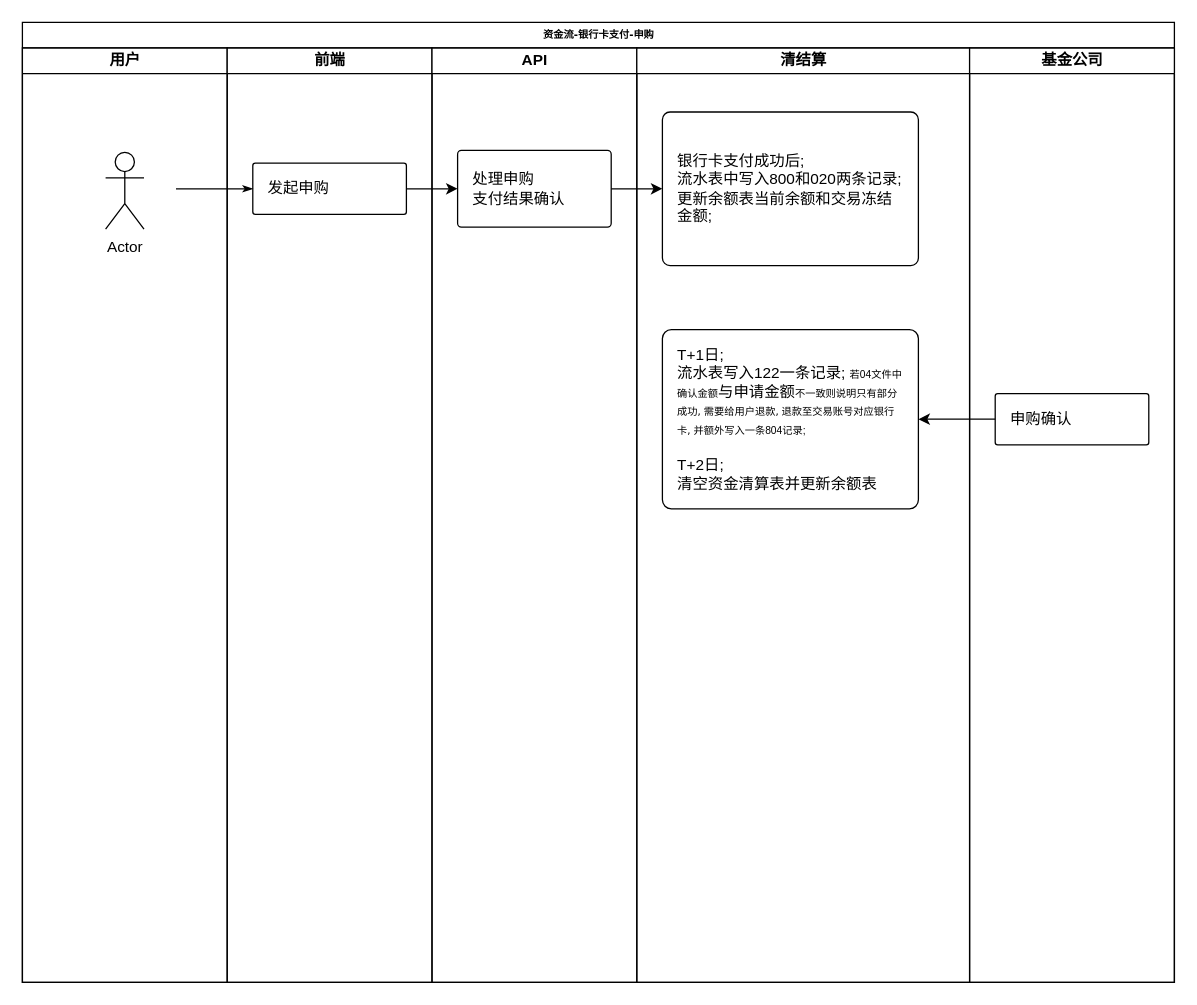
This is page "申购-银行卡支付" (3 of 7) of 2.drawio from xieyx/flow, a draw.io file, before an edit. Source tidied: cells renumbered, new cells numbered last; positions are measured from the earlier drawing's top-left corner, leaving out a move shared by most shapes. Both pictures are drawn from the tidied source at 128%, with x=0, y=0 at pixel (22, 22).
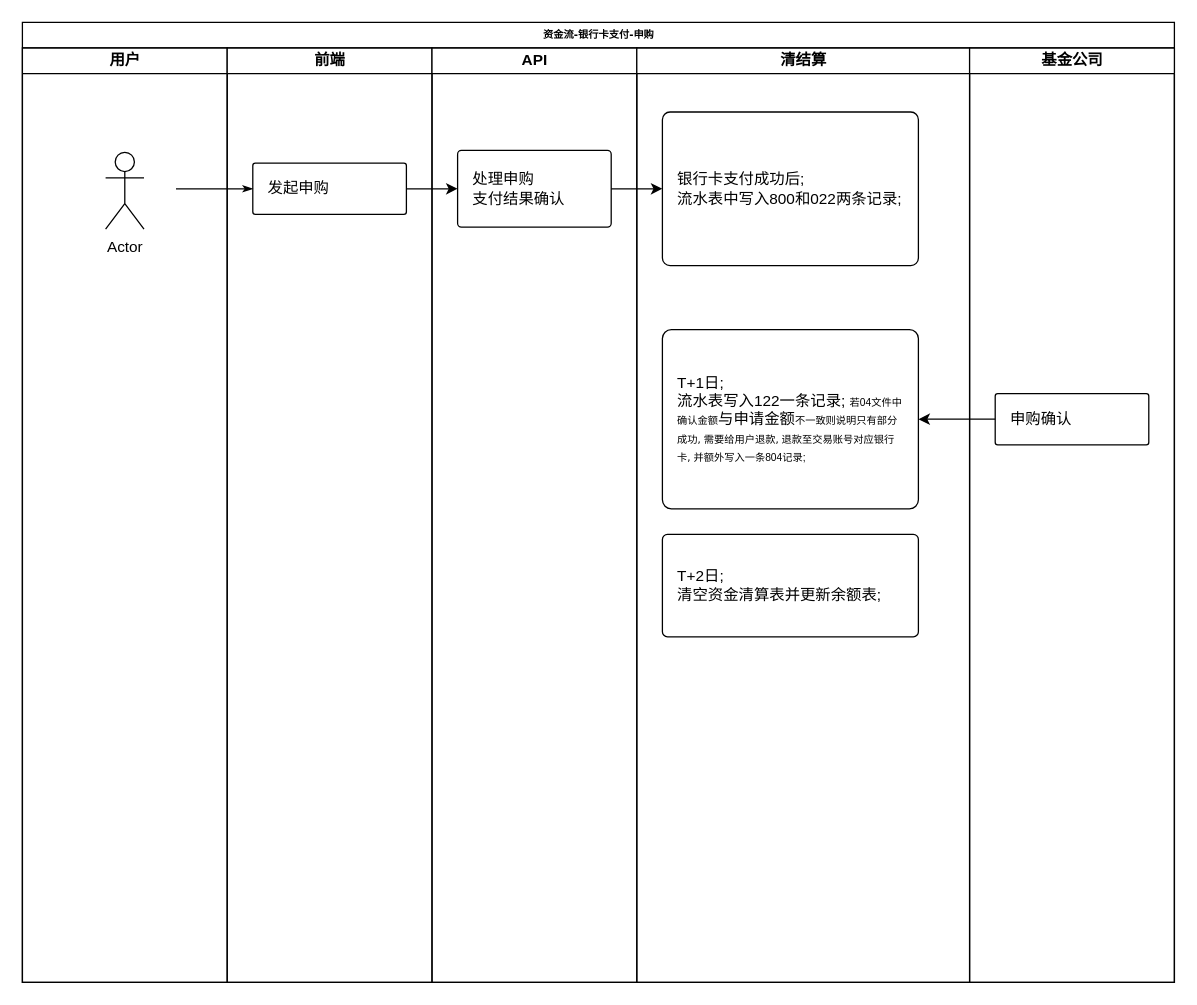
The same diagram, later.

The change refers to these unchanged cells:
```xml
<mxCell id="12" value="清结算" style="swimlane;html=1;startSize=20;" parent="2" vertex="1">
  <mxGeometry x="480" y="20" width="260" height="730" as="geometry" />
</mxCell>
```

The edit, as a diff of the source:
```diff
@@
-    <mxCell id="13" value="银行卡支付成功后;&lt;br&gt;流水表中写入800和020两条记录;&lt;br&gt;更新余额表当前余额和交易冻结金额;" style="rounded=1;whiteSpace=wrap;html=1;align=left;spacingLeft=2;spacingRight=2;spacing=10;arcSize=5;" parent="12" vertex="1">
+    <mxCell id="13" value="银行卡支付成功后;&lt;br&gt;流水表中写入800和022两条记录;" style="rounded=1;whiteSpace=wrap;html=1;align=left;spacingLeft=2;spacingRight=2;spacing=10;arcSize=5;" parent="12" vertex="1">
       <mxGeometry x="20" y="50" width="200" height="120" as="geometry" />
     </mxCell>
-    <mxCell id="14" value="T+1日;&lt;br&gt;流水表写入122一条记录;&amp;nbsp;&lt;span style=&quot;font-size: 8px&quot;&gt;若04文件中确认金额&lt;/span&gt;与申请金额&lt;span style=&quot;font-size: 8px&quot;&gt;不一致则说明只有部分成功&lt;/span&gt;&lt;span style=&quot;font-size: 8px ; font-family: &amp;#34;verdana&amp;#34;&quot;&gt;,&lt;/span&gt;&lt;span style=&quot;font-size: 8px&quot;&gt;&amp;nbsp;需要给用户退款&lt;/span&gt;&lt;span style=&quot;font-size: 8px ; font-family: &amp;#34;verdana&amp;#34;&quot;&gt;,&lt;/span&gt;&lt;span style=&quot;font-size: 8px&quot;&gt;&amp;nbsp;退款至交易账号对应银行卡&lt;/span&gt;&lt;span style=&quot;font-size: 8px ; font-family: &amp;#34;verdana&amp;#34;&quot;&gt;,&lt;/span&gt;&lt;span style=&quot;font-size: 8px&quot;&gt;&amp;nbsp;并额外写入一条804记录;&lt;/span&gt;&lt;br&gt;&lt;br&gt;T+2日;&lt;br&gt;清空资金清算表并更新余额表" style="rounded=1;whiteSpace=wrap;html=1;align=left;spacingLeft=2;spacingRight=2;spacing=10;arcSize=5;" parent="12" vertex="1">
+    <mxCell id="14" value="T+1日;&lt;br&gt;流水表写入122一条记录;&amp;nbsp;&lt;span style=&quot;font-size: 8px&quot;&gt;若04文件中确认金额&lt;/span&gt;与申请金额&lt;span style=&quot;font-size: 8px&quot;&gt;不一致则说明只有部分成功&lt;/span&gt;&lt;span style=&quot;font-size: 8px ; font-family: &amp;#34;verdana&amp;#34;&quot;&gt;,&lt;/span&gt;&lt;span style=&quot;font-size: 8px&quot;&gt;&amp;nbsp;需要给用户退款&lt;/span&gt;&lt;span style=&quot;font-size: 8px ; font-family: &amp;#34;verdana&amp;#34;&quot;&gt;,&lt;/span&gt;&lt;span style=&quot;font-size: 8px&quot;&gt;&amp;nbsp;退款至交易账号对应银行卡&lt;/span&gt;&lt;span style=&quot;font-size: 8px ; font-family: &amp;#34;verdana&amp;#34;&quot;&gt;,&lt;/span&gt;&lt;span style=&quot;font-size: 8px&quot;&gt;&amp;nbsp;并额外写入一条804记录;&lt;/span&gt;" style="rounded=1;whiteSpace=wrap;html=1;align=left;spacingLeft=2;spacingRight=2;spacing=10;arcSize=5;" parent="12" vertex="1">
       <mxGeometry x="20" y="220" width="200" height="140" as="geometry" />
     </mxCell>
+    <mxCell id="19" value="T+2日;&lt;br&gt;清空资金清算表并更新余额表;" style="rounded=1;whiteSpace=wrap;html=1;align=left;spacingLeft=2;spacingRight=2;spacing=10;arcSize=5;" parent="12" vertex="1">
+      <mxGeometry x="20" y="380" width="200" height="80" as="geometry" />
+    </mxCell>
```
